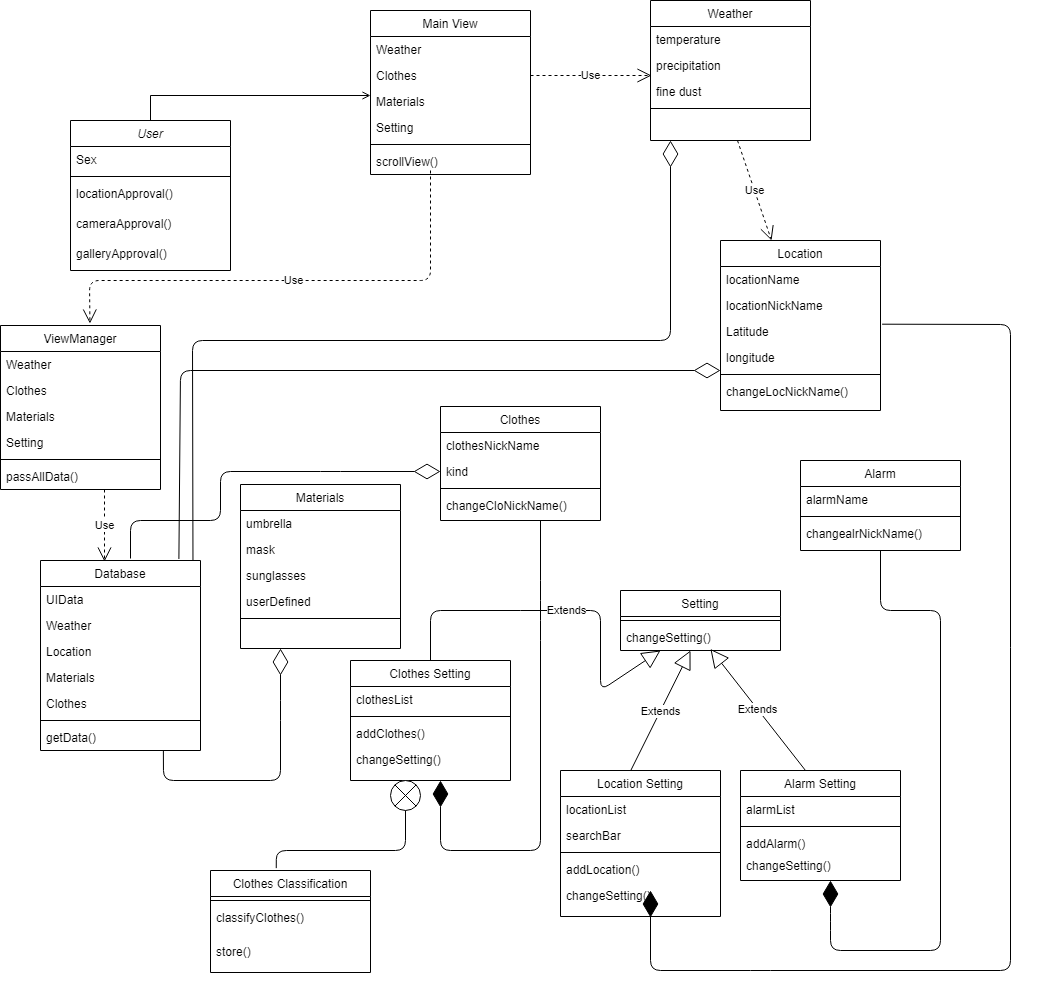
Above: class1.png in kong430/Moning-diagram (draw.io), before the change. Source tidied: cells renumbered, new cells last; positions are measured from the earlier drawing's top-left corner, leaving out a move shared by most shapes.
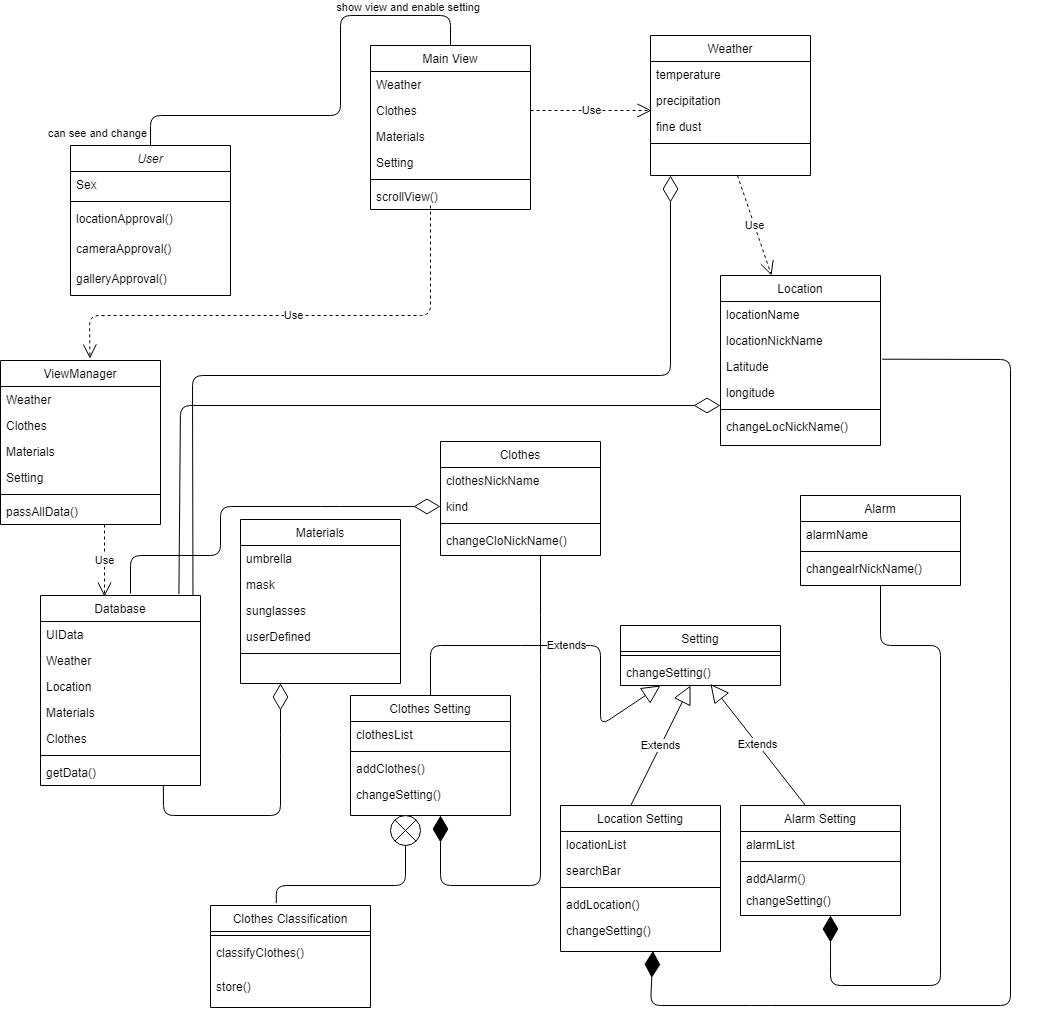
Later version of the same file.

The edit, as a diff of the source:
```diff
@@ -3,7 +3,7 @@
     <mxCell id="0" />
     <mxCell id="1" parent="0" />
     <mxCell id="2" value="User" style="swimlane;fontStyle=2;align=center;verticalAlign=top;horizontal=1;startSize=26;rounded=0;shadow=0;strokeWidth=1;" parent="1" vertex="1">
-      <mxGeometry x="70" y="120" width="160" height="150" as="geometry" />
+      <mxGeometry x="70" y="110" width="160" height="150" as="geometry" />
     </mxCell>
     <mxCell id="3" value="Sex" style="text;align=left;verticalAlign=top;spacingLeft=4;spacingRight=4;overflow=hidden;" parent="2" vertex="1">
       <mxGeometry y="26" width="160" height="26" as="geometry" />
@@ -41,15 +41,6 @@
     <mxCell id="14" value="scrollView()" style="text;align=left;verticalAlign=top;spacingLeft=4;spacingRight=4;overflow=hidden;rounded=0;shadow=0;html=0;" parent="8" vertex="1">
       <mxGeometry y="138" width="160" height="26" as="geometry" />
     </mxCell>
-    <mxCell id="15" style="endArrow=open;shadow=0;strokeWidth=1;rounded=0;endFill=1;edgeStyle=elbowEdgeStyle;elbow=vertical;" parent="1" edge="1" source="2">
-      <mxGeometry x="0.5" y="41" relative="1" as="geometry">
-        <mxPoint x="370" y="95" as="targetPoint" />
-        <Array as="points">
-          <mxPoint x="240" y="95" />
-        </Array>
-        <mxPoint x="-40" y="32" as="offset" />
-      </mxGeometry>
-    </mxCell>
     <mxCell id="16" value="Clothes" style="swimlane;fontStyle=0;align=center;verticalAlign=top;horizontal=1;startSize=26;rounded=0;shadow=0;strokeWidth=1;" parent="1" vertex="1">
       <mxGeometry x="440" y="406" width="160" height="114" as="geometry" />
     </mxCell>
@@ -165,17 +156,6 @@
     <mxCell id="50" value="changeSetting()" style="text;align=left;verticalAlign=top;spacingLeft=4;spacingRight=4;overflow=hidden;points=[[0,0.5],[1,0.5]];portConstraint=eastwest;" parent="45" vertex="1">
       <mxGeometry y="112" width="160" height="34" as="geometry" />
     </mxCell>
-    <mxCell id="51" style="endArrow=diamondThin;endFill=1;endSize=24;html=1;exitX=1.01;exitY=0.219;exitDx=0;exitDy=0;exitPerimeter=0;" parent="45" edge="1" source="24">
-      <mxGeometry relative="1" as="geometry">
-        <mxPoint x="90" y="120" as="targetPoint" />
-        <Array as="points">
-          <mxPoint x="450" y="-446" />
-          <mxPoint x="450" y="200" />
-          <mxPoint x="200" y="200" />
-          <mxPoint x="90" y="200" />
-        </Array>
-      </mxGeometry>
-    </mxCell>
     <mxCell id="52" value="Extends" style="endArrow=block;endSize=16;endFill=0;html=1;entryX=0.562;entryY=1.11;entryDx=0;entryDy=0;entryPerimeter=0;" parent="1" edge="1" target="43">
       <mxGeometry relative="1" as="geometry">
         <mxPoint x="805" y="770" as="sourcePoint" />
@@ -371,5 +351,35 @@
         <mxPoint x="104" y="561" as="targetPoint" />
       </mxGeometry>
     </mxCell>
+    <mxCell id="51" style="endArrow=diamondThin;endFill=1;endSize=24;html=1;exitX=1.01;exitY=0.219;exitDx=0;exitDy=0;exitPerimeter=0;entryX=0.578;entryY=0.983;entryDx=0;entryDy=0;entryPerimeter=0;" parent="1" edge="1" source="24" target="50">
+      <mxGeometry relative="1" as="geometry">
+        <Array as="points">
+          <mxPoint x="1010" y="324" />
+          <mxPoint x="1010" y="970" />
+          <mxPoint x="760" y="970" />
+          <mxPoint x="650" y="970" />
+        </Array>
+      </mxGeometry>
+    </mxCell>
+    <mxCell id="97" style="endArrow=none;html=1;edgeStyle=orthogonalEdgeStyle;entryX=0.5;entryY=0;entryDx=0;entryDy=0;exitX=0.5;exitY=0;exitDx=0;exitDy=0;" parent="1" edge="1" source="2" target="8">
+      <mxGeometry relative="1" as="geometry">
+        <Array as="points">
+          <mxPoint x="150" y="80" />
+          <mxPoint x="340" y="80" />
+          <mxPoint x="340" y="-20" />
+          <mxPoint x="450" y="-20" />
+        </Array>
+      </mxGeometry>
+    </mxCell>
+    <mxCell id="98" value="show view and enable setting" style="edgeLabel;html=1;align=right;verticalAlign=bottom;" parent="97" vertex="1">
+      <mxGeometry x="1" relative="1" as="geometry">
+        <mxPoint x="30" y="-30" as="offset" />
+      </mxGeometry>
+    </mxCell>
+    <mxCell id="99" value="can see and change" style="edgeLabel;html=1;align=right;verticalAlign=bottom;" parent="1" vertex="1">
+      <mxGeometry x="140" y="110" as="geometry">
+        <mxPoint x="7" y="-4" as="offset" />
+      </mxGeometry>
+    </mxCell>
   </root>
 </mxGraphModel>
```
